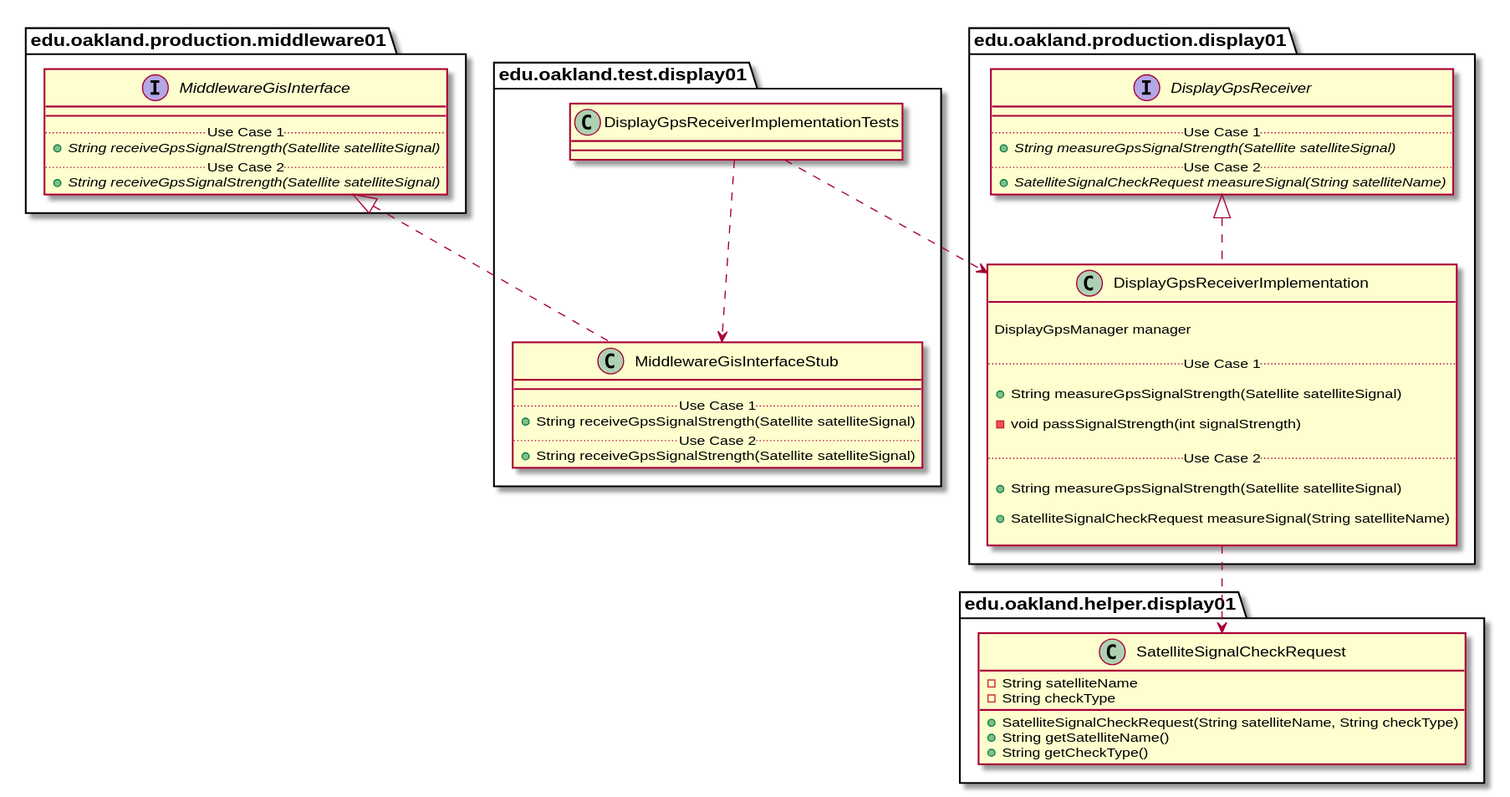
This is docs/uml-class-diagrams/display01/test/DisplayGpsReceiverImplementationTests/DisplayGpsReceiverImplementationTests_Closure.svg from andrewdimmer/csi-3370-software-project, a PlantUML export, as it was before one commit.
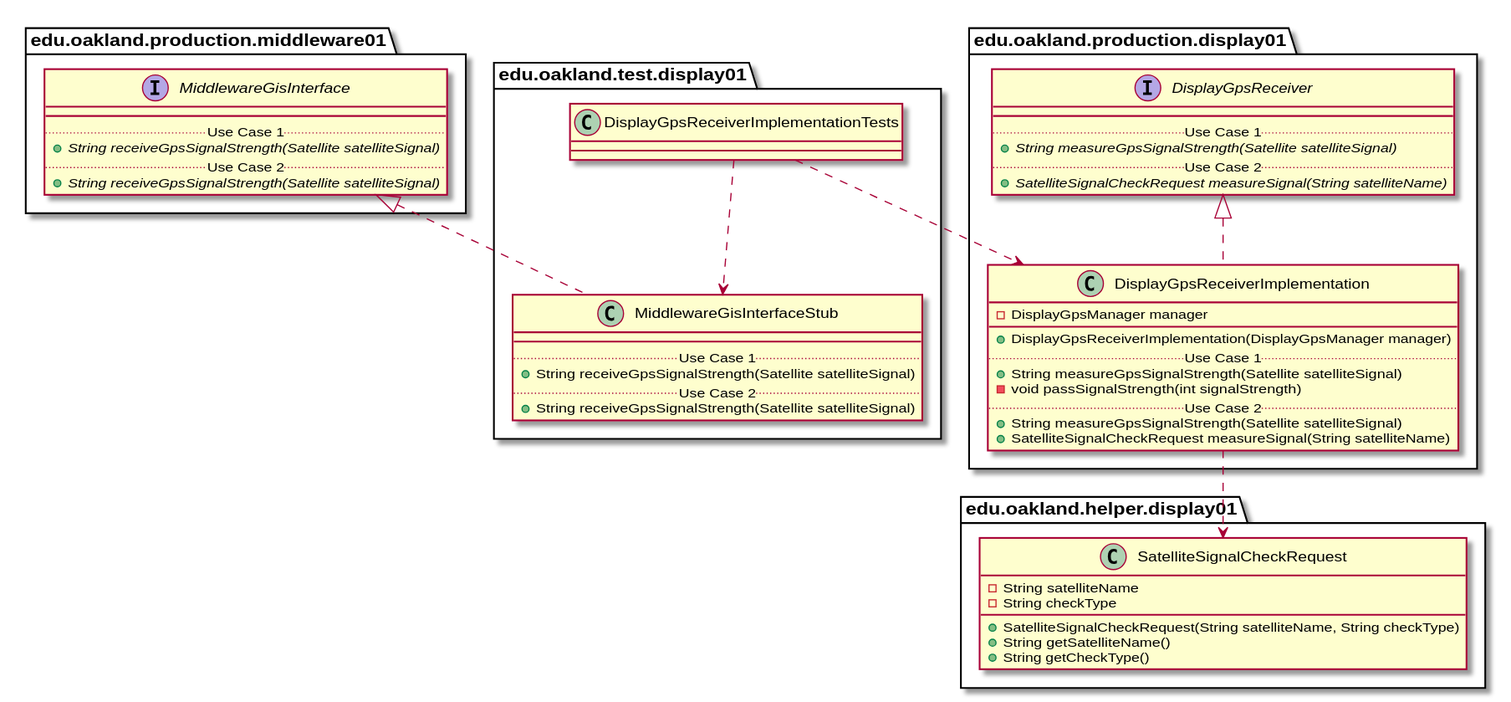
Above is the later version.

The edit, as a diff of the source:
```diff
@@ -48,21 +48,15 @@
 
 package edu.oakland.production.display01 {
     class DisplayGpsReceiverImplementation {
-
-        DisplayGpsManager manager
-
+        - DisplayGpsManager manager
+        __
+        + DisplayGpsReceiverImplementation(DisplayGpsManager manager)
         .. Use Case 1 ..
-
         + String measureGpsSignalStrength(Satellite satelliteSignal)
-
         - void passSignalStrength(int signalStrength)
-
         .. Use Case 2 ..
-
         + String measureGpsSignalStrength(Satellite satelliteSignal)
-
         + SatelliteSignalCheckRequest measureSignal(String satelliteName)
-
     }
 }
 
```
